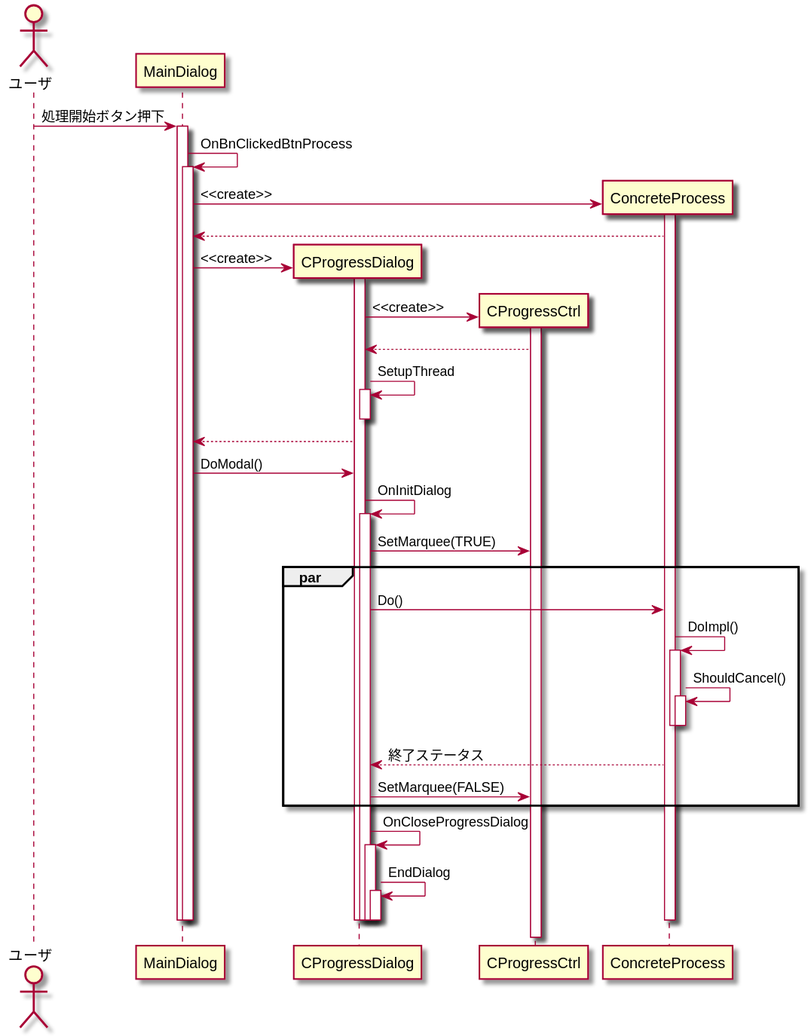
The PlantUML diagram docs/start_process.svg in asura/progress_dialog, before a commit. Its source is kept beside it as docs/start_process.puml.
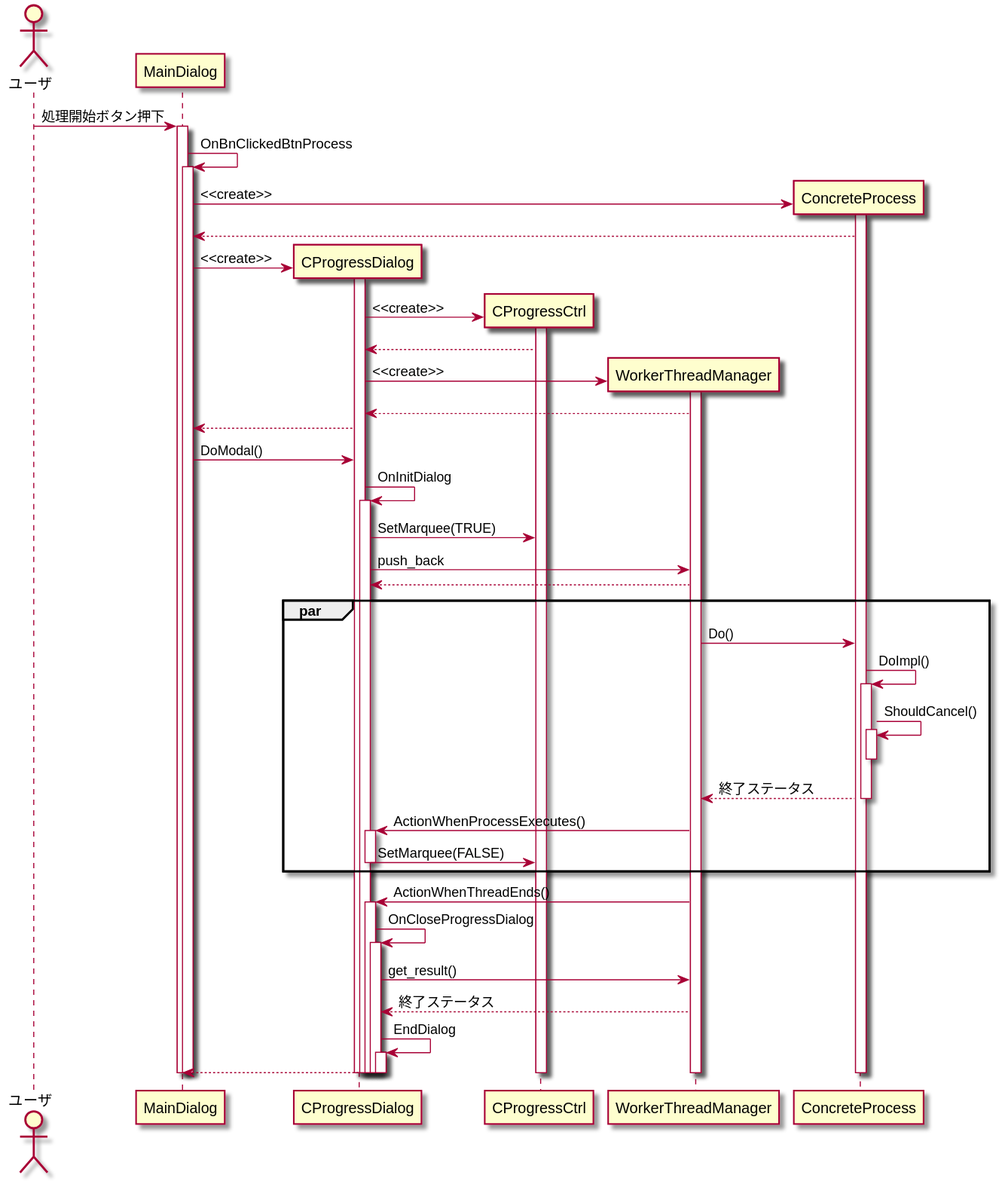
Above is the later version.

Commit message:
[mdf] update UML diagrams

Diff of the diagram source:
```diff
@@ -4,6 +4,7 @@
 participant MainDialog
 participant CProgressDialog
 participant CProgressCtrl
+participant WorkerThreadManager
 participant ConcreteProcess
 
 user -> MainDialog : 処理開始ボタン押下
@@ -28,45 +29,60 @@
         activate CProgressCtrl
           CProgressDialog <-- CProgressCtrl
 
-          CProgressDialog -> CProgressDialog : SetupThread
-          activate CProgressDialog
-          deactivate CProgressDialog
+          create WorkerThreadManager
+          CProgressDialog -> WorkerThreadManager : <<create>>
+          activate WorkerThreadManager
+            CProgressDialog <-- WorkerThreadManager
 
-          MainDialog <-- CProgressDialog
+            MainDialog <-- CProgressDialog
 
-          MainDialog-> CProgressDialog : DoModal()
+            MainDialog-> CProgressDialog : DoModal()
 
-          CProgressDialog -> CProgressDialog : OnInitDialog
-          activate CProgressDialog
+            CProgressDialog -> CProgressDialog : OnInitDialog
+            activate CProgressDialog
 
-            CProgressDialog -> CProgressCtrl : SetMarquee(TRUE)
+              CProgressDialog -> CProgressCtrl : SetMarquee(TRUE)
+              CProgressDialog -> WorkerThreadManager : push_back
+              CProgressDialog <-- WorkerThreadManager
 
 par
-            CProgressDialog -> ConcreteProcess : Do()
+              WorkerThreadManager -> ConcreteProcess : Do()
 
-            ConcreteProcess -> ConcreteProcess : DoImpl()
-            activate ConcreteProcess
+              ConcreteProcess -> ConcreteProcess : DoImpl()
+              activate ConcreteProcess
 
-              ConcreteProcess -> ConcreteProcess : ShouldCancel()
-              activate ConcreteProcess
+                ConcreteProcess -> ConcreteProcess : ShouldCancel()
+                activate ConcreteProcess
+                deactivate ConcreteProcess
+
+                WorkerThreadManager <-- ConcreteProcess : 終了ステータス
+
               deactivate ConcreteProcess
 
-            deactivate ConcreteProcess
+              CProgressDialog <- WorkerThreadManager : ActionWhenProcessExecutes()
+              activate CProgressDialog
+                CProgressDialog -> CProgressCtrl : SetMarquee(FALSE)
+              deactivate CProgressDialog
 
-          CProgressDialog <-- ConcreteProcess : 終了ステータス
-          CProgressDialog -> CProgressCtrl : SetMarquee(FALSE)
 end
+              CProgressDialog <- WorkerThreadManager : ActionWhenThreadEnds()
+              activate CProgressDialog
 
-          CProgressDialog -> CProgressDialog : OnCloseProgressDialog
-          activate CProgressDialog
-            CProgressDialog -> CProgressDialog : EndDialog
-            activate CProgressDialog
+                CProgressDialog -> CProgressDialog : OnCloseProgressDialog
+                activate CProgressDialog
+                  CProgressDialog -> WorkerThreadManager : get_result()
+                  CProgressDialog <-- WorkerThreadManager : 終了ステータス
+
+                  CProgressDialog -> CProgressDialog : EndDialog
+                  activate CProgressDialog
+                    MainDialog <-- CProgressDialog
+                  deactivate CProgressDialog
+                deactivate CProgressDialog
+              deactivate CProgressCtrl
             deactivate CProgressDialog
           deactivate CProgressDialog
-
         deactivate CProgressDialog
-
-      deactivate CProgressDialog
+      deactivate WorkerThreadManager
     deactivate ConcreteProcess
   deactivate MainDialog
 deactivate MainDialog
```
